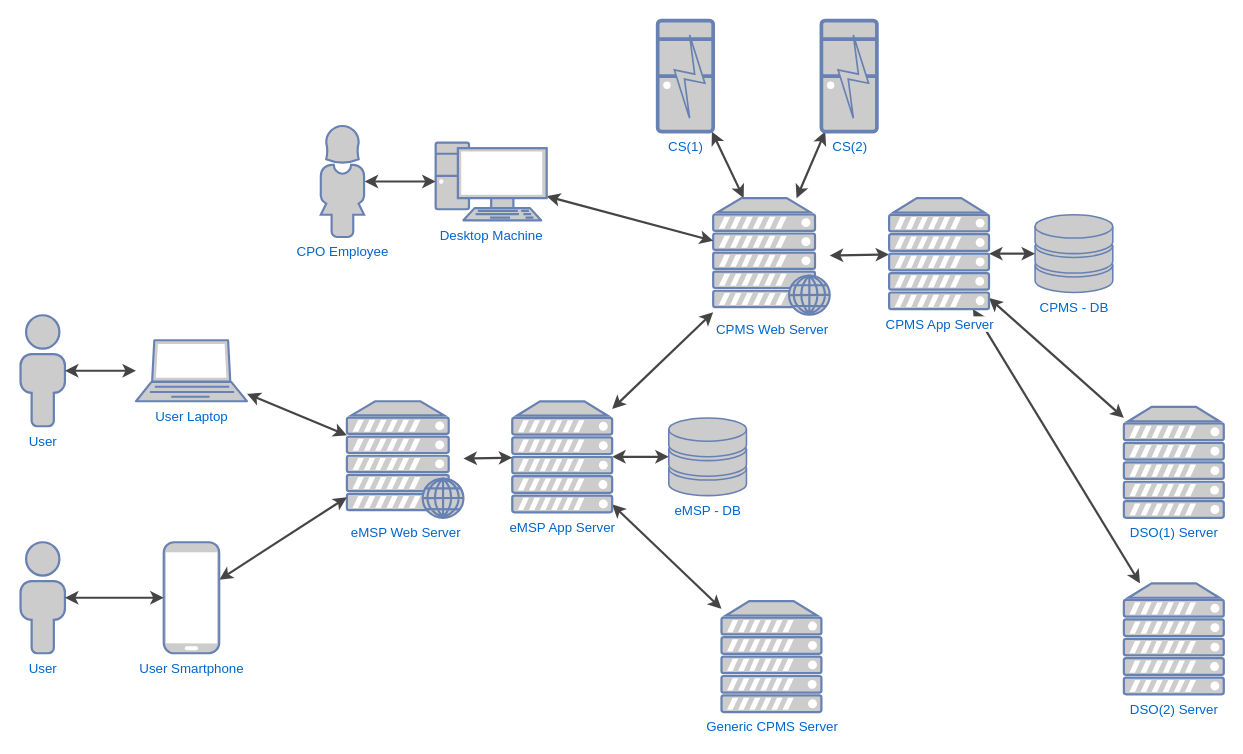
This is DD/OverviewDiagram.drawio from EMJzero/SoftwareEngineeringII-project, a draw.io file, before an edit. Source tidied: cells renumbered, new cells numbered last; positions are measured from the earlier drawing's top-left corner, leaving out a move shared by most shapes. Both pictures are drawn from the tidied source at 111%, with x=0, y=0 at pixel (20, 20).
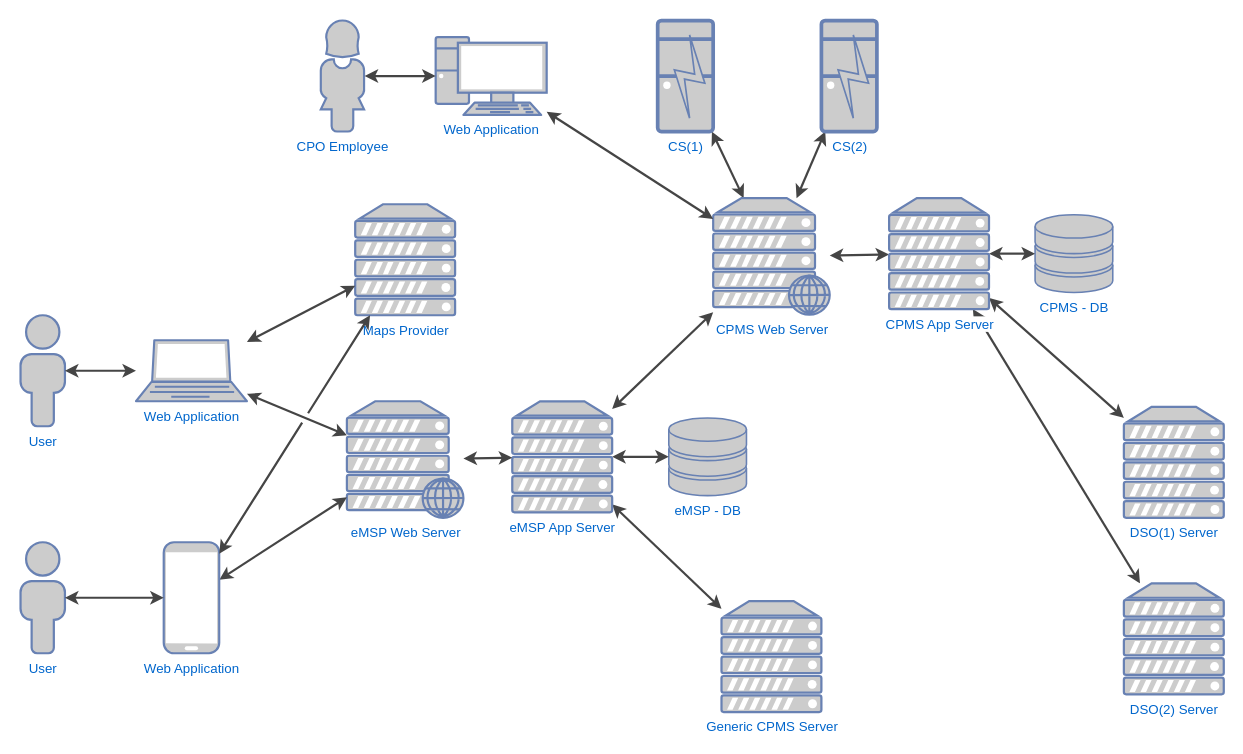
The same diagram, later.

What changed in the source:
```diff
@@
-    <mxCell id="22" value="User Smartphone" style="fontColor=#0066CC;verticalAlign=top;verticalLabelPosition=bottom;labelPosition=center;align=center;html=1;outlineConnect=0;fillColor=#CCCCCC;strokeColor=#6881B3;gradientColor=none;gradientDirection=north;strokeWidth=2;shape=mxgraph.networks.mobile;labelBackgroundColor=#FFFFFF;" parent="1" vertex="1">
+    <mxCell id="22" value="Web Application" style="fontColor=#0066CC;verticalAlign=top;verticalLabelPosition=bottom;labelPosition=center;align=center;html=1;outlineConnect=0;fillColor=#CCCCCC;strokeColor=#6881B3;gradientColor=none;gradientDirection=north;strokeWidth=2;shape=mxgraph.networks.mobile;labelBackgroundColor=#FFFFFF;" parent="1" vertex="1">
       <mxGeometry x="129" y="470" width="50" height="100" as="geometry" />
     </mxCell>
@@
-    <mxCell id="24" value="User Laptop" style="fontColor=#0066CC;verticalAlign=top;verticalLabelPosition=bottom;labelPosition=center;align=center;html=1;outlineConnect=0;fillColor=#CCCCCC;strokeColor=#6881B3;gradientColor=none;gradientDirection=north;strokeWidth=2;shape=mxgraph.networks.laptop;labelBackgroundColor=#FFFFFF;" parent="1" vertex="1">
+    <mxCell id="24" value="Web Application" style="fontColor=#0066CC;verticalAlign=top;verticalLabelPosition=bottom;labelPosition=center;align=center;html=1;outlineConnect=0;fillColor=#CCCCCC;strokeColor=#6881B3;gradientColor=none;gradientDirection=north;strokeWidth=2;shape=mxgraph.networks.laptop;labelBackgroundColor=#FFFFFF;" parent="1" vertex="1">
       <mxGeometry x="104" y="288" width="100" height="55" as="geometry" />
     </mxCell>
@@
-    <mxCell id="32" value="Desktop Machine" style="fontColor=#0066CC;verticalAlign=top;verticalLabelPosition=bottom;labelPosition=center;align=center;html=1;outlineConnect=0;fillColor=#CCCCCC;strokeColor=#6881B3;gradientColor=none;gradientDirection=north;strokeWidth=2;shape=mxgraph.networks.pc;labelBackgroundColor=#FFFFFF;" parent="1" vertex="1">
-      <mxGeometry x="374" y="110" width="100" height="70" as="geometry" />
+    <mxCell id="32" value="Web Application" style="fontColor=#0066CC;verticalAlign=top;verticalLabelPosition=bottom;labelPosition=center;align=center;html=1;outlineConnect=0;fillColor=#CCCCCC;strokeColor=#6881B3;gradientColor=none;gradientDirection=north;strokeWidth=2;shape=mxgraph.networks.pc;labelBackgroundColor=#FFFFFF;" parent="1" vertex="1">
+      <mxGeometry x="374" y="15" width="100" height="70" as="geometry" />
     </mxCell>
@@
     <mxCell id="37" value="CPO Employee" style="fontColor=#0066CC;verticalAlign=top;verticalLabelPosition=bottom;labelPosition=center;align=center;html=1;outlineConnect=0;fillColor=#CCCCCC;strokeColor=#6881B3;gradientColor=none;gradientDirection=north;strokeWidth=2;shape=mxgraph.networks.user_female;" parent="1" vertex="1">
-      <mxGeometry x="270" y="95" width="40" height="100" as="geometry" />
+      <mxGeometry x="270" width="40" height="100" as="geometry" />
     </mxCell>
@@
+    <mxCell id="39" value="Maps Provider" style="fontColor=#0066CC;verticalAlign=top;verticalLabelPosition=bottom;labelPosition=center;align=center;html=1;outlineConnect=0;fillColor=#CCCCCC;strokeColor=#6881B3;gradientColor=none;gradientDirection=north;strokeWidth=2;shape=mxgraph.networks.server;" parent="1" vertex="1">
+      <mxGeometry x="301.5" y="165.5" width="90" height="100" as="geometry" />
+    </mxCell>
+    <mxCell id="40" style="edgeStyle=none;rounded=0;jettySize=auto;html=1;strokeColor=#454545;strokeWidth=2;startArrow=classic;startFill=1;" parent="1" edge="1" source="39" target="24">
+      <mxGeometry relative="1" as="geometry" />
+    </mxCell>
+    <mxCell id="41" style="edgeStyle=none;rounded=0;jettySize=auto;html=1;strokeColor=#454545;strokeWidth=2;startArrow=classic;startFill=1;jumpStyle=gap;jumpSize=8;" parent="1" edge="1" source="39" target="22">
+      <mxGeometry relative="1" as="geometry" />
+    </mxCell>
```
